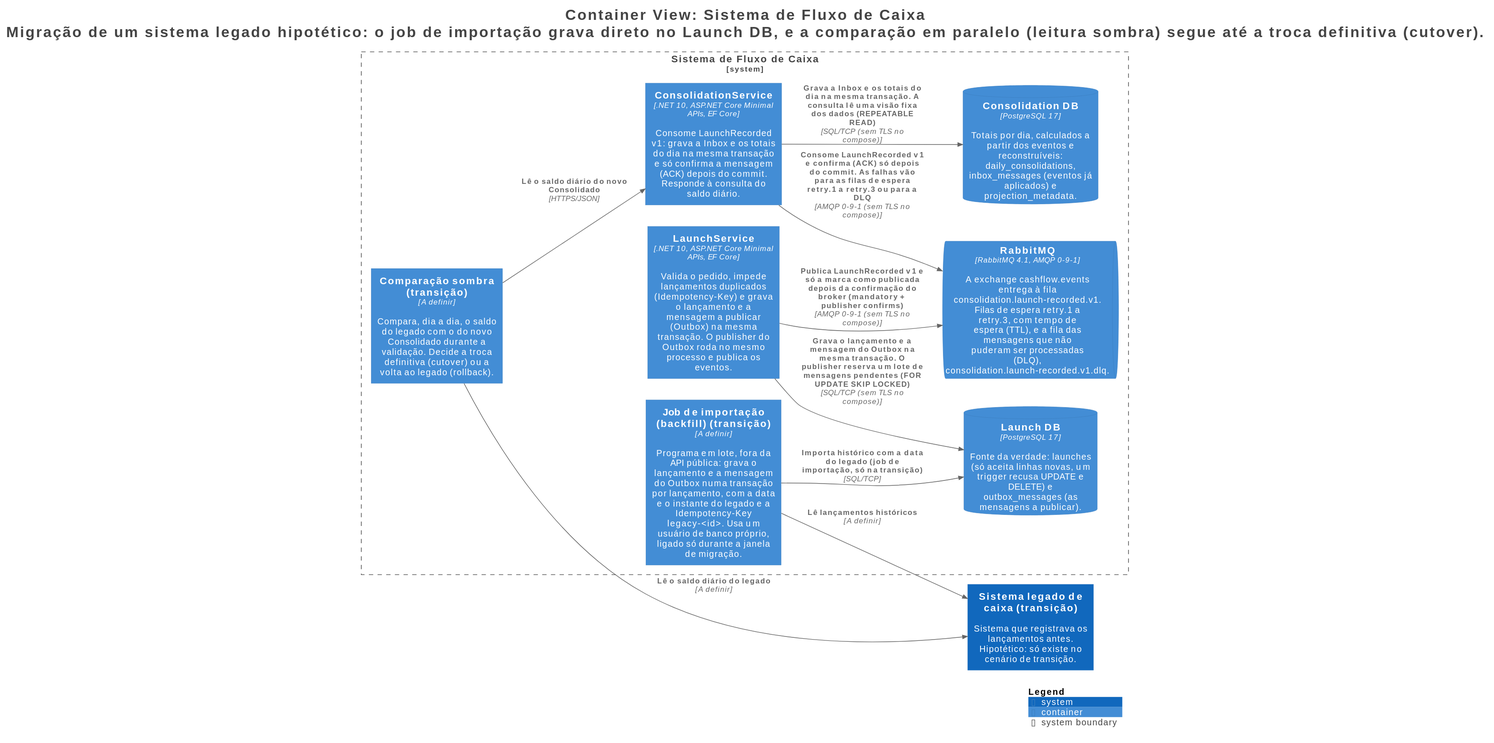
Above: docs/diagrams/svg/Transicao.svg in willianrattis/cashflow-daily-balance (PlantUML), before the change. The source it was exported from:
```plantuml
@startuml
title <size:24>Container View: Sistema de Fluxo de Caixa</size>\n<size:24>Migração de um sistema legado hipotético: o job de importação grava direto no Launch DB, e a comparação em paralelo (leitura sombra) segue até a troca definitiva (cutover).</size>

set separator none
left to right direction

<style>
  root {
    BackgroundColor: #ffffff
    FontColor: #444444
  }
</style>

!include <C4/C4>
!include <C4/C4_Context>
!include <C4/C4_Container>

System(Sistemalegadodecaixatransição, "Sistema legado de caixa (transição)", $descr="Sistema que registrava os lançamentos antes. Hipotético: só existe no cenário de transição.", $tags="", $link="")

System_Boundary("SistemadeFluxodeCaixa_boundary", "Sistema de Fluxo de Caixa", $tags="") {
  ContainerDb(SistemadeFluxodeCaixa.ConsolidationDB, "Consolidation DB", $techn="PostgreSQL 17", $descr="Totais por dia, calculados a partir dos eventos e reconstruíveis: daily_consolidations, inbox_messages (eventos já aplicados) e projection_metadata.", $tags="", $link="")
  Container(SistemadeFluxodeCaixa.Jobdeimportaçãobackfilltransição, "Job de importação (backfill) (transição)", $techn="A definir", $descr="Programa em lote, fora da API pública: grava o lançamento e a mensagem do Outbox numa transação por lançamento, com a data e o instante do legado e a Idempotency-Key legacy-<id>. Usa um usuário de banco próprio, ligado só durante a janela de migração.", $tags="", $link="")
  Container(SistemadeFluxodeCaixa.Comparaçãosombratransição, "Comparação sombra (transição)", $techn="A definir", $descr="Compara, dia a dia, o saldo do legado com o do novo Consolidado durante a validação. Decide a troca definitiva (cutover) ou a volta ao legado (rollback).", $tags="", $link="")
  Container(SistemadeFluxodeCaixa.LaunchService, "LaunchService", $techn=".NET 10, ASP.NET Core Minimal APIs, EF Core", $descr="Valida o pedido, impede lançamentos duplicados (Idempotency-Key) e grava o lançamento e a mensagem a publicar (Outbox) na mesma transação. O publisher do Outbox roda no mesmo processo e publica os eventos.", $tags="", $link="")
  ContainerDb(SistemadeFluxodeCaixa.LaunchDB, "Launch DB", $techn="PostgreSQL 17", $descr="Fonte da verdade: launches (só aceita linhas novas, um trigger recusa UPDATE e DELETE) e outbox_messages (as mensagens a publicar).", $tags="", $link="")
  ContainerQueue(SistemadeFluxodeCaixa.RabbitMQ, "RabbitMQ", $techn="RabbitMQ 4.1, AMQP 0-9-1", $descr="A exchange cashflow.events entrega à fila consolidation.launch-recorded.v1. Filas de espera retry.1 a retry.3, com tempo de espera (TTL), e a fila das mensagens que não puderam ser processadas (DLQ), consolidation.launch-recorded.v1.dlq.", $tags="", $link="")
  Container(SistemadeFluxodeCaixa.ConsolidationService, "ConsolidationService", $techn=".NET 10, ASP.NET Core Minimal APIs, EF Core", $descr="Consome LaunchRecorded v1: grava a Inbox e os totais do dia na mesma transação e só confirma a mensagem (ACK) depois do commit. Responde à consulta do saldo diário.", $tags="", $link="")
}

Rel(SistemadeFluxodeCaixa.LaunchService, SistemadeFluxodeCaixa.LaunchDB, "Grava o lançamento e a mensagem do Outbox na mesma transação. O publisher reserva um lote de mensagens pendentes (FOR UPDATE SKIP LOCKED)", $techn="SQL/TCP (sem TLS no compose)", $tags="", $link="")
Rel(SistemadeFluxodeCaixa.LaunchService, SistemadeFluxodeCaixa.RabbitMQ, "Publica LaunchRecorded v1 e só a marca como publicada depois da confirmação do broker (mandatory + publisher confirms)", $techn="AMQP 0-9-1 (sem TLS no compose)", $tags="", $link="")
Rel(SistemadeFluxodeCaixa.ConsolidationService, SistemadeFluxodeCaixa.RabbitMQ, "Consome LaunchRecorded v1 e confirma (ACK) só depois do commit. As falhas vão para as filas de espera retry.1 a retry.3 ou para a DLQ", $techn="AMQP 0-9-1 (sem TLS no compose)", $tags="", $link="")
Rel(SistemadeFluxodeCaixa.ConsolidationService, SistemadeFluxodeCaixa.ConsolidationDB, "Grava a Inbox e os totais do dia na mesma transação. A consulta lê uma visão fixa dos dados (REPEATABLE READ)", $techn="SQL/TCP (sem TLS no compose)", $tags="", $link="")
Rel(SistemadeFluxodeCaixa.Jobdeimportaçãobackfilltransição, Sistemalegadodecaixatransição, "Lê lançamentos históricos", $techn="A definir", $tags="", $link="")
Rel(SistemadeFluxodeCaixa.Jobdeimportaçãobackfilltransição, SistemadeFluxodeCaixa.LaunchDB, "Importa histórico com a data do legado (job de importação, só na transição)", $techn="SQL/TCP", $tags="", $link="")
Rel(SistemadeFluxodeCaixa.Comparaçãosombratransição, Sistemalegadodecaixatransição, "Lê o saldo diário do legado", $techn="A definir", $tags="", $link="")
Rel(SistemadeFluxodeCaixa.Comparaçãosombratransição, SistemadeFluxodeCaixa.ConsolidationService, "Lê o saldo diário do novo Consolidado", $techn="HTTPS/JSON", $tags="", $link="")

SHOW_LEGEND(true)
hide stereotypes
@enduml
```
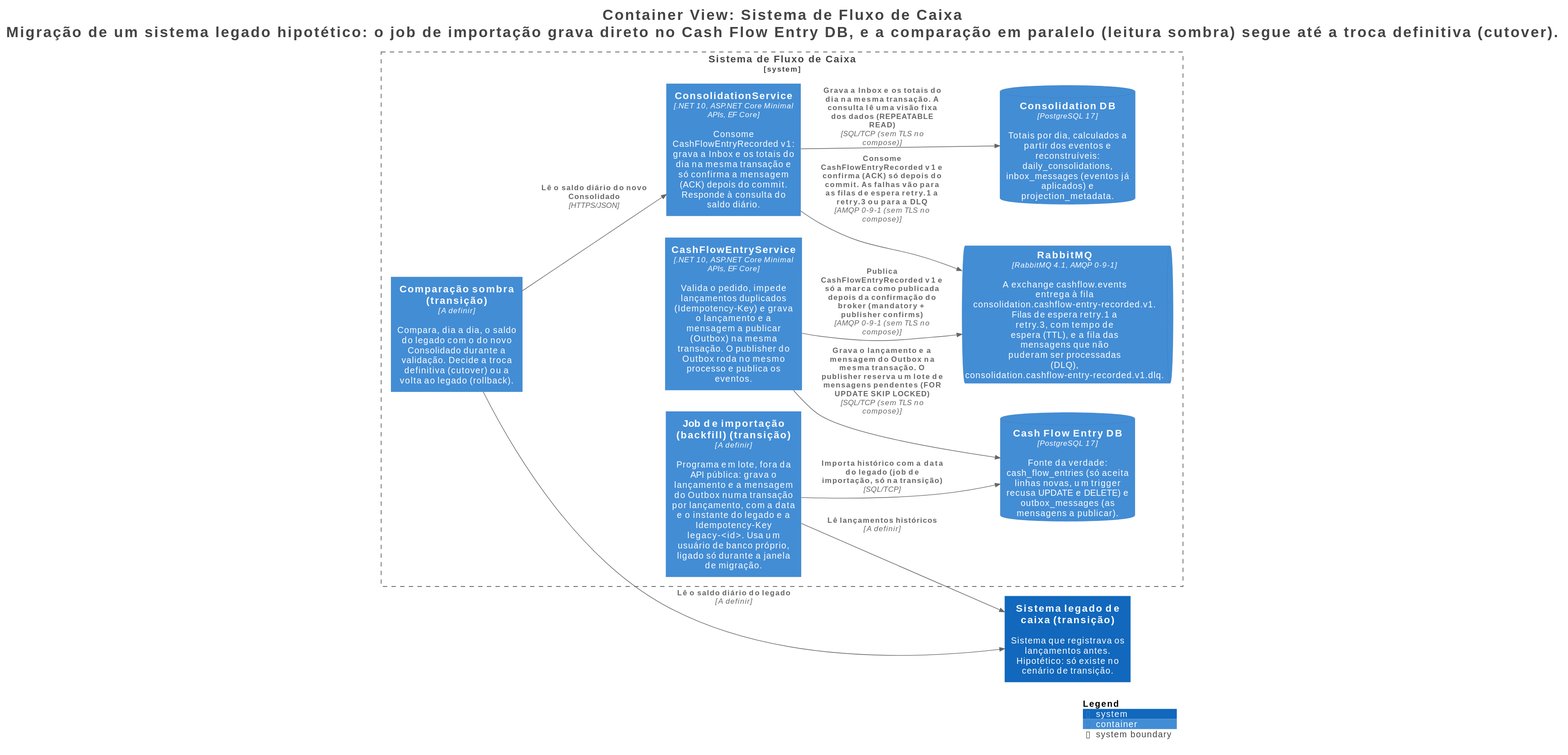
After the change.

What changed in the source:
```diff
@@ -1,5 +1,5 @@
 @startuml
-title <size:24>Container View: Sistema de Fluxo de Caixa</size>\n<size:24>Migração de um sistema legado hipotético: o job de importação grava direto no Launch DB, e a comparação em paralelo (leitura sombra) segue até a troca definitiva (cutover).</size>
+title <size:24>Container View: Sistema de Fluxo de Caixa</size>\n<size:24>Migração de um sistema legado hipotético: o job de importação grava direto no Cash Flow Entry DB, e a comparação em paralelo (leitura sombra) segue até a troca definitiva (cutover).</size>
 
 set separator none
 left to right direction
@@ -21,18 +21,18 @@
   ContainerDb(SistemadeFluxodeCaixa.ConsolidationDB, "Consolidation DB", $techn="PostgreSQL 17", $descr="Totais por dia, calculados a partir dos eventos e reconstruíveis: daily_consolidations, inbox_messages (eventos já aplicados) e projection_metadata.", $tags="", $link="")
   Container(SistemadeFluxodeCaixa.Jobdeimportaçãobackfilltransição, "Job de importação (backfill) (transição)", $techn="A definir", $descr="Programa em lote, fora da API pública: grava o lançamento e a mensagem do Outbox numa transação por lançamento, com a data e o instante do legado e a Idempotency-Key legacy-<id>. Usa um usuário de banco próprio, ligado só durante a janela de migração.", $tags="", $link="")
   Container(SistemadeFluxodeCaixa.Comparaçãosombratransição, "Comparação sombra (transição)", $techn="A definir", $descr="Compara, dia a dia, o saldo do legado com o do novo Consolidado durante a validação. Decide a troca definitiva (cutover) ou a volta ao legado (rollback).", $tags="", $link="")
-  Container(SistemadeFluxodeCaixa.LaunchService, "LaunchService", $techn=".NET 10, ASP.NET Core Minimal APIs, EF Core", $descr="Valida o pedido, impede lançamentos duplicados (Idempotency-Key) e grava o lançamento e a mensagem a publicar (Outbox) na mesma transação. O publisher do Outbox roda no mesmo processo e publica os eventos.", $tags="", $link="")
-  ContainerDb(SistemadeFluxodeCaixa.LaunchDB, "Launch DB", $techn="PostgreSQL 17", $descr="Fonte da verdade: launches (só aceita linhas novas, um trigger recusa UPDATE e DELETE) e outbox_messages (as mensagens a publicar).", $tags="", $link="")
-  ContainerQueue(SistemadeFluxodeCaixa.RabbitMQ, "RabbitMQ", $techn="RabbitMQ 4.1, AMQP 0-9-1", $descr="A exchange cashflow.events entrega à fila consolidation.launch-recorded.v1. Filas de espera retry.1 a retry.3, com tempo de espera (TTL), e a fila das mensagens que não puderam ser processadas (DLQ), consolidation.launch-recorded.v1.dlq.", $tags="", $link="")
-  Container(SistemadeFluxodeCaixa.ConsolidationService, "ConsolidationService", $techn=".NET 10, ASP.NET Core Minimal APIs, EF Core", $descr="Consome LaunchRecorded v1: grava a Inbox e os totais do dia na mesma transação e só confirma a mensagem (ACK) depois do commit. Responde à consulta do saldo diário.", $tags="", $link="")
+  Container(SistemadeFluxodeCaixa.CashFlowEntryService, "CashFlowEntryService", $techn=".NET 10, ASP.NET Core Minimal APIs, EF Core", $descr="Valida o pedido, impede lançamentos duplicados (Idempotency-Key) e grava o lançamento e a mensagem a publicar (Outbox) na mesma transação. O publisher do Outbox roda no mesmo processo e publica os eventos.", $tags="", $link="")
+  ContainerDb(SistemadeFluxodeCaixa.CashFlowEntryDB, "Cash Flow Entry DB", $techn="PostgreSQL 17", $descr="Fonte da verdade: cash_flow_entries (só aceita linhas novas, um trigger recusa UPDATE e DELETE) e outbox_messages (as mensagens a publicar).", $tags="", $link="")
+  ContainerQueue(SistemadeFluxodeCaixa.RabbitMQ, "RabbitMQ", $techn="RabbitMQ 4.1, AMQP 0-9-1", $descr="A exchange cashflow.events entrega à fila consolidation.cashflow-entry-recorded.v1. Filas de espera retry.1 a retry.3, com tempo de espera (TTL), e a fila das mensagens que não puderam ser processadas (DLQ), consolidation.cashflow-entry-recorded.v1.dlq.", $tags="", $link="")
+  Container(SistemadeFluxodeCaixa.ConsolidationService, "ConsolidationService", $techn=".NET 10, ASP.NET Core Minimal APIs, EF Core", $descr="Consome CashFlowEntryRecorded v1: grava a Inbox e os totais do dia na mesma transação e só confirma a mensagem (ACK) depois do commit. Responde à consulta do saldo diário.", $tags="", $link="")
 }
 
-Rel(SistemadeFluxodeCaixa.LaunchService, SistemadeFluxodeCaixa.LaunchDB, "Grava o lançamento e a mensagem do Outbox na mesma transação. O publisher reserva um lote de mensagens pendentes (FOR UPDATE SKIP LOCKED)", $techn="SQL/TCP (sem TLS no compose)", $tags="", $link="")
-Rel(SistemadeFluxodeCaixa.LaunchService, SistemadeFluxodeCaixa.RabbitMQ, "Publica LaunchRecorded v1 e só a marca como publicada depois da confirmação do broker (mandatory + publisher confirms)", $techn="AMQP 0-9-1 (sem TLS no compose)", $tags="", $link="")
-Rel(SistemadeFluxodeCaixa.ConsolidationService, SistemadeFluxodeCaixa.RabbitMQ, "Consome LaunchRecorded v1 e confirma (ACK) só depois do commit. As falhas vão para as filas de espera retry.1 a retry.3 ou para a DLQ", $techn="AMQP 0-9-1 (sem TLS no compose)", $tags="", $link="")
+Rel(SistemadeFluxodeCaixa.CashFlowEntryService, SistemadeFluxodeCaixa.CashFlowEntryDB, "Grava o lançamento e a mensagem do Outbox na mesma transação. O publisher reserva um lote de mensagens pendentes (FOR UPDATE SKIP LOCKED)", $techn="SQL/TCP (sem TLS no compose)", $tags="", $link="")
+Rel(SistemadeFluxodeCaixa.CashFlowEntryService, SistemadeFluxodeCaixa.RabbitMQ, "Publica CashFlowEntryRecorded v1 e só a marca como publicada depois da confirmação do broker (mandatory + publisher confirms)", $techn="AMQP 0-9-1 (sem TLS no compose)", $tags="", $link="")
+Rel(SistemadeFluxodeCaixa.ConsolidationService, SistemadeFluxodeCaixa.RabbitMQ, "Consome CashFlowEntryRecorded v1 e confirma (ACK) só depois do commit. As falhas vão para as filas de espera retry.1 a retry.3 ou para a DLQ", $techn="AMQP 0-9-1 (sem TLS no compose)", $tags="", $link="")
 Rel(SistemadeFluxodeCaixa.ConsolidationService, SistemadeFluxodeCaixa.ConsolidationDB, "Grava a Inbox e os totais do dia na mesma transação. A consulta lê uma visão fixa dos dados (REPEATABLE READ)", $techn="SQL/TCP (sem TLS no compose)", $tags="", $link="")
 Rel(SistemadeFluxodeCaixa.Jobdeimportaçãobackfilltransição, Sistemalegadodecaixatransição, "Lê lançamentos históricos", $techn="A definir", $tags="", $link="")
-Rel(SistemadeFluxodeCaixa.Jobdeimportaçãobackfilltransição, SistemadeFluxodeCaixa.LaunchDB, "Importa histórico com a data do legado (job de importação, só na transição)", $techn="SQL/TCP", $tags="", $link="")
+Rel(SistemadeFluxodeCaixa.Jobdeimportaçãobackfilltransição, SistemadeFluxodeCaixa.CashFlowEntryDB, "Importa histórico com a data do legado (job de importação, só na transição)", $techn="SQL/TCP", $tags="", $link="")
 Rel(SistemadeFluxodeCaixa.Comparaçãosombratransição, Sistemalegadodecaixatransição, "Lê o saldo diário do legado", $techn="A definir", $tags="", $link="")
 Rel(SistemadeFluxodeCaixa.Comparaçãosombratransição, SistemadeFluxodeCaixa.ConsolidationService, "Lê o saldo diário do novo Consolidado", $techn="HTTPS/JSON", $tags="", $link="")
 
```
